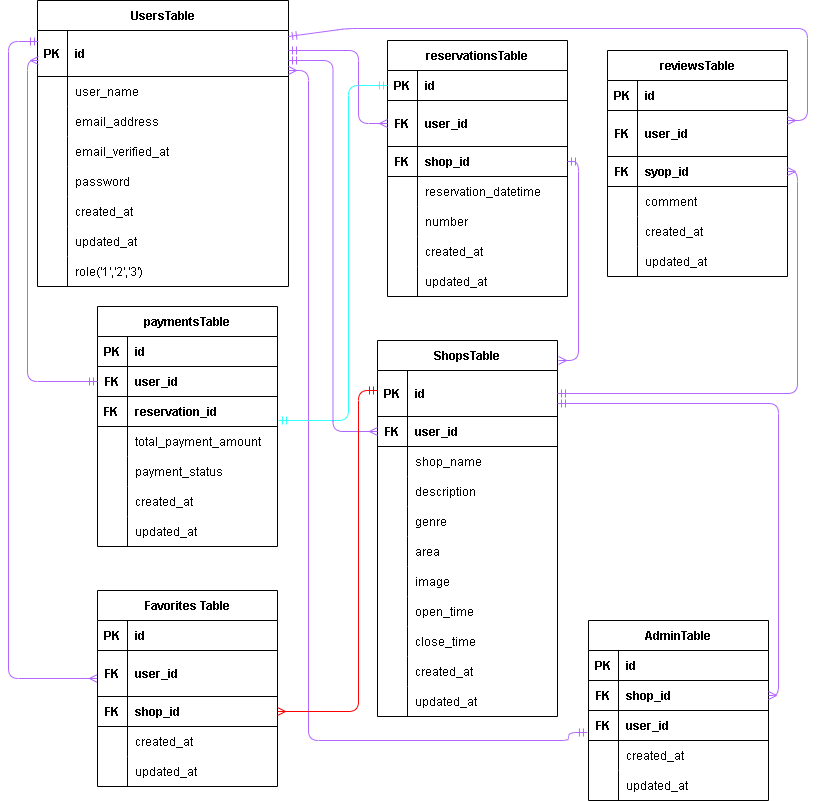
Earlier version of the draw.io export src/rese.drawio.png (ponponmama/20240713-erika_hara-rese). Source tidied: cells renumbered, new cells last; positions are measured from the earlier drawing's top-left corner, leaving out a move shared by most shapes.
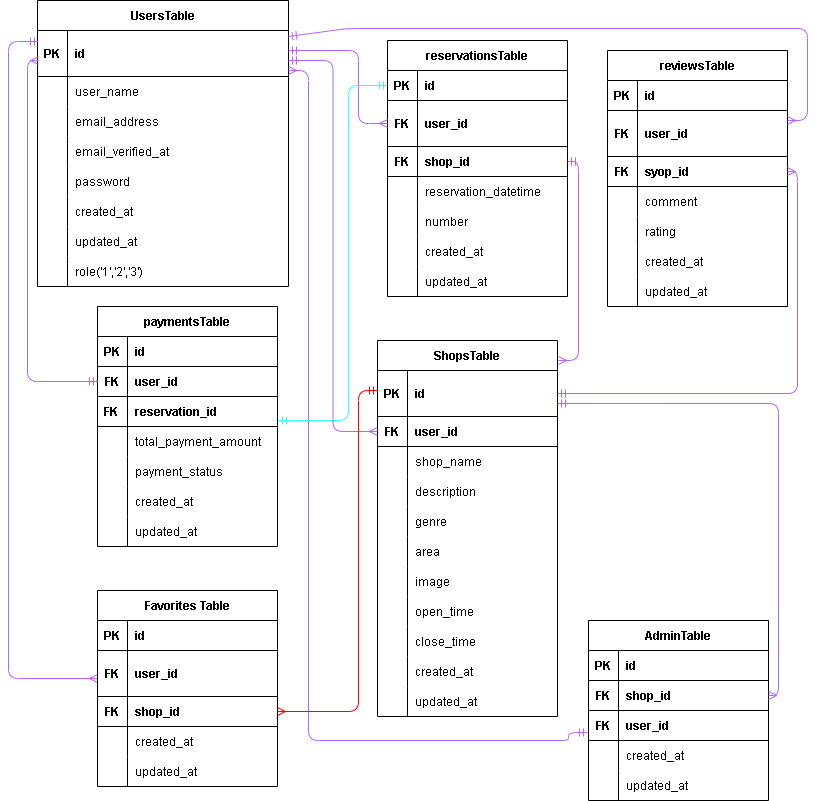
After the change.

The edit, as a diff of the source:
```diff
@@ -202,7 +202,7 @@
       <mxGeometry x="30" width="150" height="30" as="geometry" />
     </mxCell>
     <mxCell id="66" value="reviewsTable" style="shape=table;startSize=30;rowLines=0;fontStyle=1;align=center;strokeColor=#000000;strokeWidth=1;fontColor=#000000;fillColor=none;" parent="1" vertex="1">
-      <mxGeometry x="599" y="50" width="180" height="226" as="geometry" />
+      <mxGeometry x="599" y="50" width="180" height="256" as="geometry" />
     </mxCell>
     <mxCell id="67" style="shape=tableRow;horizontal=0;startSize=0;swimlaneHead=0;swimlaneBody=0;fillColor=none;top=0;left=0;right=0;bottom=1;strokeColor=#000000;strokeWidth=1;fontColor=#000000;" parent="66" vertex="1">
       <mxGeometry y="30" width="180" height="30" as="geometry" />
@@ -240,8 +240,17 @@
     <mxCell id="78" value="comment" style="shape=partialRectangle;fillColor=none;top=0;left=0;bottom=0;right=0;align=left;spacingLeft=6;overflow=hidden;fontColor=#000000;strokeColor=#000000;strokeWidth=1;" parent="76" vertex="1">
       <mxGeometry x="30" width="150" height="30" as="geometry" />
     </mxCell>
+    <mxCell id="167" style="shape=tableRow;horizontal=0;startSize=0;swimlaneHead=0;swimlaneBody=0;fillColor=none;top=0;left=0;right=0;bottom=0;strokeColor=#000000;strokeWidth=1;fontColor=#000000;" parent="66" vertex="1">
+      <mxGeometry y="166" width="180" height="30" as="geometry" />
+    </mxCell>
+    <mxCell id="168" style="shape=partialRectangle;fillColor=none;top=0;left=0;bottom=0;right=0;overflow=hidden;fontColor=#000000;strokeColor=#000000;strokeWidth=1;" parent="167" vertex="1">
+      <mxGeometry width="30" height="30" as="geometry" />
+    </mxCell>
+    <mxCell id="169" value="rating" style="shape=partialRectangle;fillColor=none;top=0;left=0;bottom=0;right=0;align=left;spacingLeft=6;overflow=hidden;fontColor=#000000;strokeColor=#000000;strokeWidth=1;" parent="167" vertex="1">
+      <mxGeometry x="30" width="150" height="30" as="geometry" />
+    </mxCell>
     <mxCell id="79" style="shape=tableRow;horizontal=0;startSize=0;swimlaneHead=0;swimlaneBody=0;fillColor=none;top=0;left=0;right=0;bottom=0;strokeColor=#000000;strokeWidth=1;fontColor=#000000;" parent="66" vertex="1">
-      <mxGeometry y="166" width="180" height="30" as="geometry" />
+      <mxGeometry y="196" width="180" height="30" as="geometry" />
     </mxCell>
     <mxCell id="80" style="shape=partialRectangle;fillColor=none;top=0;left=0;bottom=0;right=0;overflow=hidden;fontColor=#000000;strokeColor=#000000;strokeWidth=1;" parent="79" vertex="1">
       <mxGeometry width="30" height="30" as="geometry" />
@@ -250,7 +259,7 @@
       <mxGeometry x="30" width="150" height="30" as="geometry" />
     </mxCell>
     <mxCell id="82" style="shape=tableRow;horizontal=0;startSize=0;swimlaneHead=0;swimlaneBody=0;fillColor=none;top=0;left=0;right=0;bottom=0;strokeColor=#000000;strokeWidth=1;fontColor=#000000;" parent="66" vertex="1">
-      <mxGeometry y="196" width="180" height="30" as="geometry" />
+      <mxGeometry y="226" width="180" height="30" as="geometry" />
     </mxCell>
     <mxCell id="83" style="shape=partialRectangle;fillColor=none;top=0;left=0;bottom=0;right=0;overflow=hidden;fontColor=#000000;strokeColor=#000000;strokeWidth=1;" parent="82" vertex="1">
       <mxGeometry width="30" height="30" as="geometry" />
```
